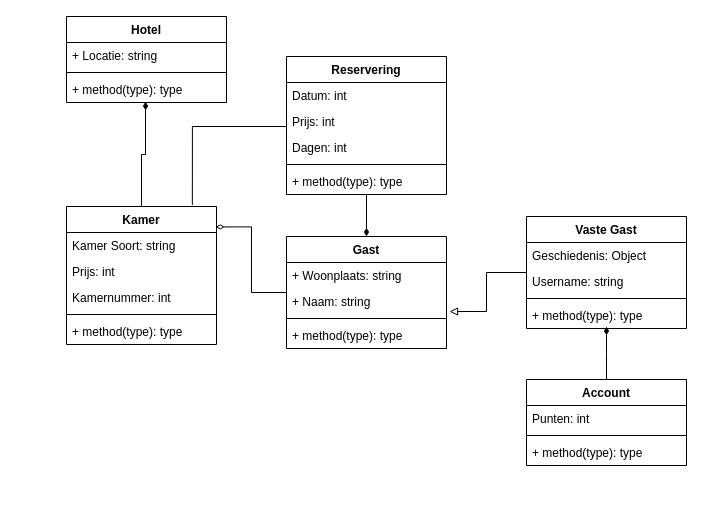
Above: Reserveringssysteem.drawio in MrMibsen/Quizje (draw.io), before the change. Source tidied: cells renumbered, new cells numbered last; positions are measured from the earlier drawing's top-left corner, leaving out a move shared by most shapes. Both pictures are drawn from the tidied source at 100%, with x=0, y=0 at pixel (66, 16).
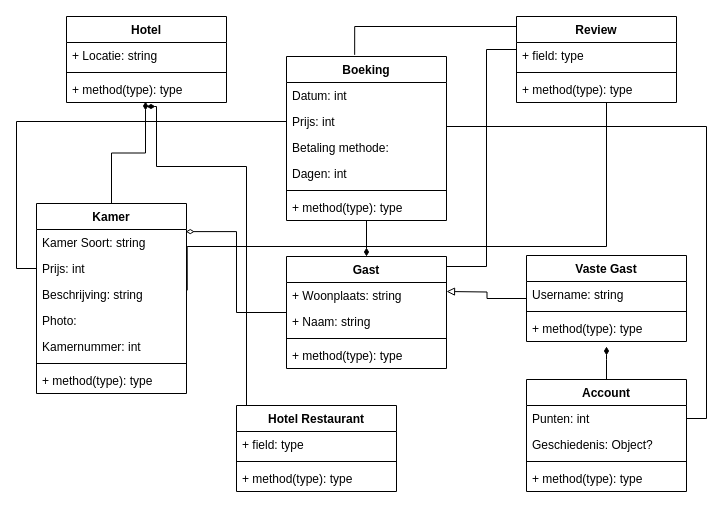
The same diagram, later.

Unchanged cells that the change refers to:
```xml
<mxCell id="5" value="Prijs: int" style="text;strokeColor=none;fillColor=none;align=left;verticalAlign=top;spacingLeft=4;spacingRight=4;overflow=hidden;points=[[0,0.5],[1,0.5]];portConstraint=eastwest;" parent="3" vertex="1">
  <mxGeometry y="52" width="150" height="26" as="geometry" />
</mxCell>
<mxCell id="16" value="+ Naam: string&#10;" style="text;strokeColor=none;fillColor=none;align=left;verticalAlign=top;spacingLeft=4;spacingRight=4;overflow=hidden;points=[[0,0.5],[1,0.5]];portConstraint=eastwest;" parent="14" vertex="1">
  <mxGeometry y="52" width="160" height="26" as="geometry" />
</mxCell>
<mxCell id="27" value="Punten: int" style="text;strokeColor=none;fillColor=none;align=left;verticalAlign=top;spacingLeft=4;spacingRight=4;overflow=hidden;points=[[0,0.5],[1,0.5]];portConstraint=eastwest;" parent="26" vertex="1">
  <mxGeometry y="26" width="160" height="26" as="geometry" />
</mxCell>
<mxCell id="34" value="Prijs: int" style="text;strokeColor=none;fillColor=none;align=left;verticalAlign=top;spacingLeft=4;spacingRight=4;overflow=hidden;points=[[0,0.5],[1,0.5]];portConstraint=eastwest;" parent="32" vertex="1">
  <mxGeometry y="52" width="160" height="26" as="geometry" />
</mxCell>
```

The edit, as a diff of the source:
```diff
@@
     <mxCell id="3" value="Kamer" style="swimlane;fontStyle=1;align=center;verticalAlign=top;horizontal=1;startSize=26;" parent="1" vertex="1">
-      <mxGeometry y="190" width="150" height="138" as="geometry" />
+      <mxGeometry x="-30" y="187" width="150" height="190" as="geometry" />
     </mxCell>
@@
+    <mxCell id="38" value="Beschrijving: string" style="text;strokeColor=none;fillColor=none;align=left;verticalAlign=top;spacingLeft=4;spacingRight=4;overflow=hidden;points=[[0,0.5],[1,0.5]];portConstraint=eastwest;" parent="3" vertex="1">
+      <mxGeometry y="78" width="150" height="26" as="geometry" />
+    </mxCell>
+    <mxCell id="39" value="Photo:" style="text;strokeColor=none;fillColor=none;align=left;verticalAlign=top;spacingLeft=4;spacingRight=4;overflow=hidden;" parent="3" vertex="1">
+      <mxGeometry y="104" width="150" height="26" as="geometry" />
+    </mxCell>
     <mxCell id="6" value="Kamernummer: int" style="text;strokeColor=none;fillColor=none;align=left;verticalAlign=top;spacingLeft=4;spacingRight=4;overflow=hidden;" parent="3" vertex="1">
-      <mxGeometry y="78" width="150" height="26" as="geometry" />
+      <mxGeometry y="130" width="150" height="26" as="geometry" />
     </mxCell>
     <mxCell id="7" style="line;strokeWidth=1;fillColor=none;align=left;verticalAlign=middle;spacingTop=-1;spacingLeft=3;spacingRight=3;labelPosition=right;strokeColor=inherit;" parent="3" vertex="1">
-      <mxGeometry y="104" width="150" height="8" as="geometry" />
+      <mxGeometry y="156" width="150" height="8" as="geometry" />
     </mxCell>
     <mxCell id="8" value="+ method(type): type" style="text;strokeColor=none;fillColor=none;align=left;verticalAlign=top;spacingLeft=4;spacingRight=4;overflow=hidden;" parent="3" vertex="1">
-      <mxGeometry y="112" width="150" height="26" as="geometry" />
+      <mxGeometry y="164" width="150" height="26" as="geometry" />
     </mxCell>
@@
     <mxCell id="13" style="edgeStyle=orthogonalEdgeStyle;rounded=0;jettySize=auto;html=1;entryX=0.995;entryY=0.148;entryDx=0;entryDy=0;entryPerimeter=0;endArrow=diamondThin;endFill=0;" parent="1" edge="1" source="14" target="3">
-      <mxGeometry relative="1" as="geometry" />
+      <mxGeometry relative="1" as="geometry">
+        <Array as="points">
+          <mxPoint x="170" y="296" />
+          <mxPoint x="170" y="215" />
+        </Array>
+      </mxGeometry>
     </mxCell>
     <mxCell id="14" value="Gast" style="swimlane;fontStyle=1;align=center;verticalAlign=top;horizontal=1;startSize=26;" parent="1" vertex="1">
-      <mxGeometry x="220" y="220" width="160" height="112" as="geometry" />
+      <mxGeometry x="220" y="240" width="160" height="112" as="geometry" />
     </mxCell>
@@
-    <mxCell id="19" style="edgeStyle=orthogonalEdgeStyle;rounded=0;jettySize=auto;html=1;entryX=1.019;entryY=0.886;entryDx=0;entryDy=0;entryPerimeter=0;endArrow=block;endFill=0;" parent="1" edge="1" source="20" target="16">
-      <mxGeometry relative="1" as="geometry" />
+    <mxCell id="19" style="edgeStyle=orthogonalEdgeStyle;rounded=0;jettySize=auto;html=1;endArrow=block;endFill=0;" parent="1" edge="1" source="20">
+      <mxGeometry relative="1" as="geometry">
+        <mxPoint x="380" y="275" as="targetPoint" />
+      </mxGeometry>
     </mxCell>
     <mxCell id="20" value="Vaste Gast" style="swimlane;fontStyle=1;align=center;verticalAlign=top;horizontal=1;startSize=26;" parent="1" vertex="1">
-      <mxGeometry x="460" y="200" width="160" height="112" as="geometry" />
+      <mxGeometry x="460" y="239" width="160" height="86" as="geometry" />
     </mxCell>
-    <mxCell id="21" value="Geschiedenis: Object" style="text;strokeColor=none;fillColor=none;align=left;verticalAlign=top;spacingLeft=4;spacingRight=4;overflow=hidden;" parent="20" vertex="1">
-      <mxGeometry y="26" width="160" height="26" as="geometry" />
-    </mxCell>
     <mxCell id="22" value="Username: string" style="text;strokeColor=none;fillColor=none;align=left;verticalAlign=top;spacingLeft=4;spacingRight=4;overflow=hidden;" parent="20" vertex="1">
-      <mxGeometry y="52" width="160" height="26" as="geometry" />
+      <mxGeometry y="26" width="160" height="26" as="geometry" />
     </mxCell>
     <mxCell id="23" style="line;strokeWidth=1;fillColor=none;align=left;verticalAlign=middle;spacingTop=-1;spacingLeft=3;spacingRight=3;labelPosition=right;strokeColor=inherit;" parent="20" vertex="1">
-      <mxGeometry y="78" width="160" height="8" as="geometry" />
+      <mxGeometry y="52" width="160" height="8" as="geometry" />
     </mxCell>
     <mxCell id="24" value="+ method(type): type" style="text;strokeColor=none;fillColor=none;align=left;verticalAlign=top;spacingLeft=4;spacingRight=4;overflow=hidden;" parent="20" vertex="1">
-      <mxGeometry y="86" width="160" height="26" as="geometry" />
+      <mxGeometry y="60" width="160" height="26" as="geometry" />
     </mxCell>
     <mxCell id="25" style="edgeStyle=orthogonalEdgeStyle;rounded=0;jettySize=auto;html=1;endArrow=diamondThin;endFill=1;" parent="1" edge="1" source="26">
       <mxGeometry relative="1" as="geometry">
-        <mxPoint x="540" y="310" as="targetPoint" />
+        <mxPoint x="540" y="330" as="targetPoint" />
       </mxGeometry>
     </mxCell>
     <mxCell id="26" value="Account" style="swimlane;fontStyle=1;align=center;verticalAlign=top;horizontal=1;startSize=26;" parent="1" vertex="1">
-      <mxGeometry x="460" y="363" width="160" height="86" as="geometry" />
+      <mxGeometry x="460" y="363" width="160" height="112" as="geometry" />
     </mxCell>
@@
+    <mxCell id="21" value="Geschiedenis: Object?" style="text;strokeColor=none;fillColor=none;align=left;verticalAlign=top;spacingLeft=4;spacingRight=4;overflow=hidden;" parent="26" vertex="1">
+      <mxGeometry y="52" width="160" height="26" as="geometry" />
+    </mxCell>
     <mxCell id="28" style="line;strokeWidth=1;fillColor=none;align=left;verticalAlign=middle;spacingTop=-1;spacingLeft=3;spacingRight=3;labelPosition=right;strokeColor=inherit;" parent="26" vertex="1">
-      <mxGeometry y="52" width="160" height="8" as="geometry" />
+      <mxGeometry y="78" width="160" height="8" as="geometry" />
     </mxCell>
     <mxCell id="29" value="+ method(type): type" style="text;strokeColor=none;fillColor=none;align=left;verticalAlign=top;spacingLeft=4;spacingRight=4;overflow=hidden;" parent="26" vertex="1">
-      <mxGeometry y="60" width="160" height="26" as="geometry" />
+      <mxGeometry y="86" width="160" height="26" as="geometry" />
     </mxCell>
@@
-    <mxCell id="31" style="edgeStyle=orthogonalEdgeStyle;rounded=0;jettySize=auto;html=1;entryX=0.839;entryY=-0.011;entryDx=0;entryDy=0;entryPerimeter=0;endArrow=none;endFill=0;" parent="1" edge="1" source="32" target="3">
-      <mxGeometry relative="1" as="geometry">
-        <Array as="points">
-          <mxPoint x="126" y="110" />
-        </Array>
-      </mxGeometry>
-    </mxCell>
+    <mxCell id="40" style="edgeStyle=orthogonalEdgeStyle;rounded=0;jettySize=auto;html=1;endArrow=none;endFill=0;entryX=1;entryY=0.5;entryDx=0;entryDy=0;" parent="1" edge="1" source="32" target="27">
+      <mxGeometry relative="1" as="geometry">
+        <Array as="points">
+          <mxPoint x="640" y="110" />
+          <mxPoint x="640" y="402" />
+        </Array>
+      </mxGeometry>
+    </mxCell>
-    <mxCell id="32" value="Reservering" style="swimlane;fontStyle=1;align=center;verticalAlign=top;horizontal=1;startSize=26;" parent="1" vertex="1">
-      <mxGeometry x="220" y="40" width="160" height="138" as="geometry" />
+    <mxCell id="32" value="Boeking" style="swimlane;fontStyle=1;align=center;verticalAlign=top;horizontal=1;startSize=26;" parent="1" vertex="1">
+      <mxGeometry x="220" y="40" width="160" height="164" as="geometry" />
     </mxCell>
@@
+    <mxCell id="41" value="Betaling methode:&#10;" style="text;strokeColor=none;fillColor=none;align=left;verticalAlign=top;spacingLeft=4;spacingRight=4;overflow=hidden;" parent="32" vertex="1">
+      <mxGeometry y="78" width="160" height="26" as="geometry" />
+    </mxCell>
     <mxCell id="35" value="Dagen: int" style="text;strokeColor=none;fillColor=none;align=left;verticalAlign=top;spacingLeft=4;spacingRight=4;overflow=hidden;" parent="32" vertex="1">
-      <mxGeometry y="78" width="160" height="26" as="geometry" />
+      <mxGeometry y="104" width="160" height="26" as="geometry" />
     </mxCell>
     <mxCell id="36" style="line;strokeWidth=1;fillColor=none;align=left;verticalAlign=middle;spacingTop=-1;spacingLeft=3;spacingRight=3;labelPosition=right;strokeColor=inherit;" parent="32" vertex="1">
-      <mxGeometry y="104" width="160" height="8" as="geometry" />
+      <mxGeometry y="130" width="160" height="8" as="geometry" />
     </mxCell>
     <mxCell id="37" value="+ method(type): type" style="text;strokeColor=none;fillColor=none;align=left;verticalAlign=top;spacingLeft=4;spacingRight=4;overflow=hidden;" parent="32" vertex="1">
-      <mxGeometry y="112" width="160" height="26" as="geometry" />
+      <mxGeometry y="138" width="160" height="26" as="geometry" />
     </mxCell>
+    <mxCell id="42" style="edgeStyle=orthogonalEdgeStyle;rounded=0;jettySize=auto;html=1;entryX=0;entryY=0.808;entryDx=0;entryDy=0;entryPerimeter=0;endArrow=none;endFill=0;" parent="1" edge="1" source="34" target="5">
+      <mxGeometry relative="1" as="geometry">
+        <Array as="points">
+          <mxPoint x="-50" y="105" />
+          <mxPoint x="-50" y="252" />
+          <mxPoint x="-30" y="252" />
+        </Array>
+      </mxGeometry>
+    </mxCell>
+    <mxCell id="43" style="edgeStyle=orthogonalEdgeStyle;rounded=0;jettySize=auto;html=1;endArrow=diamondThin;endFill=1;startArrow=none;startFill=0;" parent="1" edge="1" source="44">
+      <mxGeometry relative="1" as="geometry">
+        <mxPoint x="80" y="90" as="targetPoint" />
+        <Array as="points">
+          <mxPoint x="180" y="150" />
+          <mxPoint x="90" y="150" />
+          <mxPoint x="90" y="90" />
+        </Array>
+      </mxGeometry>
+    </mxCell>
+    <mxCell id="44" value="Hotel Restaurant" style="swimlane;fontStyle=1;align=center;verticalAlign=top;horizontal=1;startSize=26;" parent="1" vertex="1">
+      <mxGeometry x="170" y="389" width="160" height="86" as="geometry" />
+    </mxCell>
+    <mxCell id="45" value="+ field: type" style="text;strokeColor=none;fillColor=none;align=left;verticalAlign=top;spacingLeft=4;spacingRight=4;overflow=hidden;" parent="44" vertex="1">
+      <mxGeometry y="26" width="160" height="26" as="geometry" />
+    </mxCell>
+    <mxCell id="46" style="line;strokeWidth=1;fillColor=none;align=left;verticalAlign=middle;spacingTop=-1;spacingLeft=3;spacingRight=3;labelPosition=right;strokeColor=inherit;" parent="44" vertex="1">
+      <mxGeometry y="52" width="160" height="8" as="geometry" />
+    </mxCell>
+    <mxCell id="47" value="+ method(type): type" style="text;strokeColor=none;fillColor=none;align=left;verticalAlign=top;spacingLeft=4;spacingRight=4;overflow=hidden;" parent="44" vertex="1">
+      <mxGeometry y="60" width="160" height="26" as="geometry" />
+    </mxCell>
+    <mxCell id="48" style="edgeStyle=orthogonalEdgeStyle;rounded=0;jettySize=auto;html=1;entryX=0.426;entryY=-0.01;entryDx=0;entryDy=0;entryPerimeter=0;startArrow=none;startFill=0;endArrow=none;endFill=0;" parent="1" edge="1" source="51" target="32">
+      <mxGeometry relative="1" as="geometry">
+        <Array as="points">
+          <mxPoint x="288" y="10" />
+        </Array>
+      </mxGeometry>
+    </mxCell>
+    <mxCell id="49" style="edgeStyle=orthogonalEdgeStyle;rounded=0;jettySize=auto;html=1;startArrow=none;startFill=0;endArrow=none;endFill=0;" parent="1" edge="1" source="51">
+      <mxGeometry relative="1" as="geometry">
+        <mxPoint x="380" y="290" as="targetPoint" />
+        <Array as="points">
+          <mxPoint x="420" y="33" />
+          <mxPoint x="420" y="250" />
+          <mxPoint x="380" y="250" />
+        </Array>
+      </mxGeometry>
+    </mxCell>
+    <mxCell id="50" style="edgeStyle=orthogonalEdgeStyle;rounded=0;jettySize=auto;html=1;entryX=1.005;entryY=0.341;entryDx=0;entryDy=0;entryPerimeter=0;startArrow=none;startFill=0;endArrow=none;endFill=0;" parent="1" edge="1" source="51" target="38">
+      <mxGeometry relative="1" as="geometry">
+        <Array as="points">
+          <mxPoint x="540" y="230" />
+          <mxPoint x="121" y="230" />
+        </Array>
+      </mxGeometry>
+    </mxCell>
+    <mxCell id="51" value="Review" style="swimlane;fontStyle=1;align=center;verticalAlign=top;horizontal=1;startSize=26;" parent="1" vertex="1">
+      <mxGeometry x="450" width="160" height="86" as="geometry" />
+    </mxCell>
+    <mxCell id="52" value="+ field: type" style="text;strokeColor=none;fillColor=none;align=left;verticalAlign=top;spacingLeft=4;spacingRight=4;overflow=hidden;" parent="51" vertex="1">
+      <mxGeometry y="26" width="160" height="26" as="geometry" />
+    </mxCell>
+    <mxCell id="53" style="line;strokeWidth=1;fillColor=none;align=left;verticalAlign=middle;spacingTop=-1;spacingLeft=3;spacingRight=3;labelPosition=right;strokeColor=inherit;" parent="51" vertex="1">
+      <mxGeometry y="52" width="160" height="8" as="geometry" />
+    </mxCell>
+    <mxCell id="54" value="+ method(type): type" style="text;strokeColor=none;fillColor=none;align=left;verticalAlign=top;spacingLeft=4;spacingRight=4;overflow=hidden;" parent="51" vertex="1">
+      <mxGeometry y="60" width="160" height="26" as="geometry" />
+    </mxCell>
```
